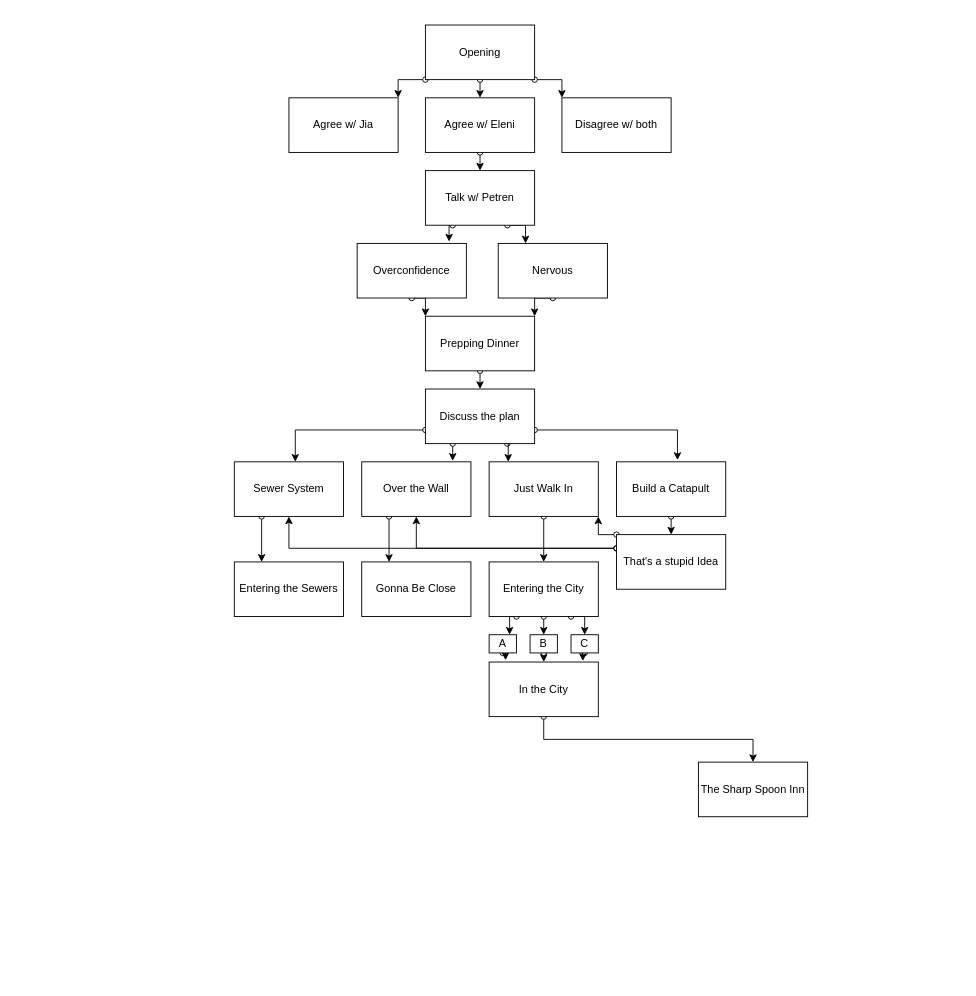
Before: books/AEK/story_diagram/diagram.drawio in JoelNiemela/AEK, a draw.io diagram. Source tidied: cells renumbered, new cells numbered last; positions are measured from the earlier drawing's top-left corner, leaving out a move shared by most shapes. Both pictures are drawn from the tidied source at 91%, with x=0, y=0 at pixel (234, 25).
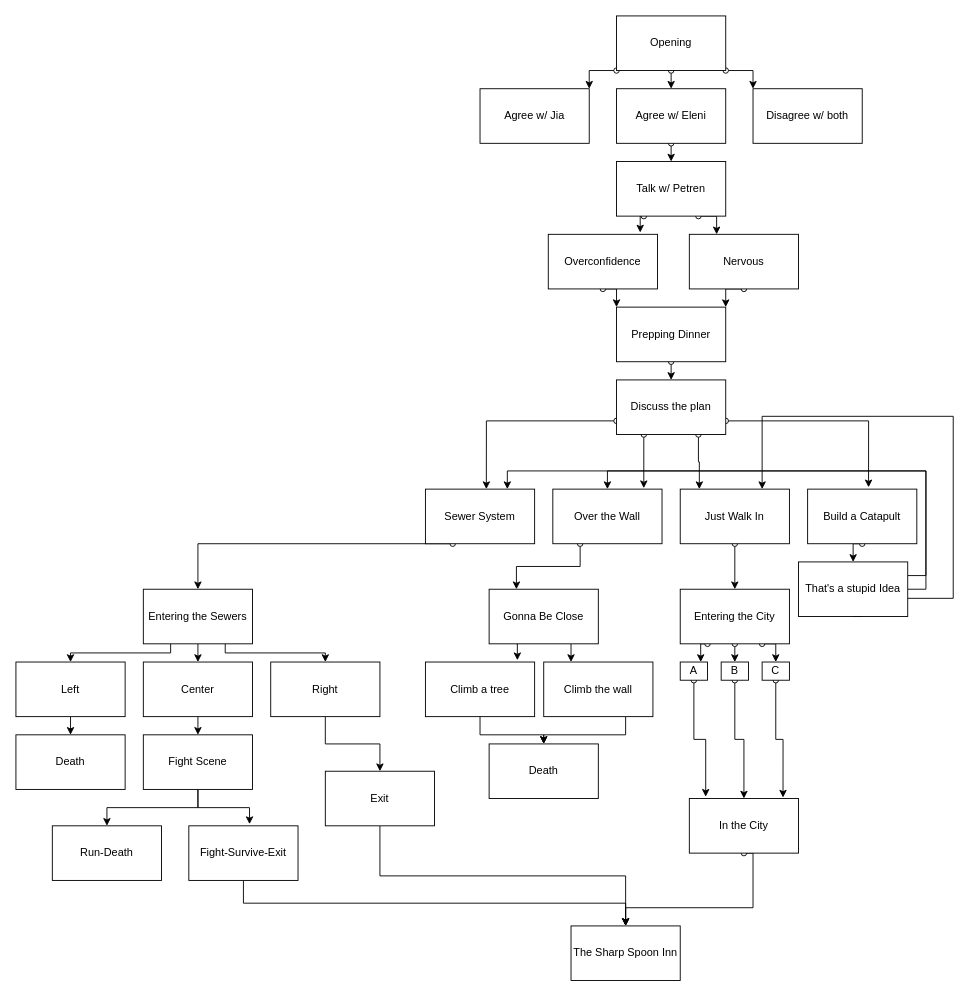
Above is the later version.

The edit, as a diff of the source:
```diff
@@
     <mxCell id="5" value="Opening" style="rounded=0;whiteSpace=wrap;html=1;" parent="1" vertex="1">
-      <mxGeometry x="210" width="120" height="60" as="geometry" />
+      <mxGeometry x="420" y="-10" width="120" height="60" as="geometry" />
     </mxCell>
     <mxCell id="6" value="Disagree w/ both" style="rounded=0;whiteSpace=wrap;html=1;" parent="1" vertex="1">
-      <mxGeometry x="360" y="80" width="120" height="60" as="geometry" />
+      <mxGeometry x="570" y="70" width="120" height="60" as="geometry" />
     </mxCell>
@@
     <mxCell id="8" value="Agree w/ Eleni" style="rounded=0;whiteSpace=wrap;html=1;" parent="1" vertex="1">
-      <mxGeometry x="210" y="80" width="120" height="60" as="geometry" />
+      <mxGeometry x="420" y="70" width="120" height="60" as="geometry" />
     </mxCell>
     <mxCell id="9" value="Agree w/ Jia" style="rounded=0;whiteSpace=wrap;html=1;" parent="1" vertex="1">
-      <mxGeometry x="60" y="80" width="120" height="60" as="geometry" />
+      <mxGeometry x="270" y="70" width="120" height="60" as="geometry" />
     </mxCell>
@@
     <mxCell id="12" value="Talk w/ Petren" style="rounded=0;whiteSpace=wrap;html=1;" parent="1" vertex="1">
-      <mxGeometry x="210" y="160" width="120" height="60" as="geometry" />
+      <mxGeometry x="420" y="150" width="120" height="60" as="geometry" />
     </mxCell>
@@
     <mxCell id="14" value="Overconfidence" style="rounded=0;whiteSpace=wrap;html=1;" parent="1" vertex="1">
-      <mxGeometry x="135" y="240" width="120" height="60" as="geometry" />
+      <mxGeometry x="345" y="230" width="120" height="60" as="geometry" />
     </mxCell>
@@
     <mxCell id="16" value="Nervous" style="rounded=0;whiteSpace=wrap;html=1;" parent="1" vertex="1">
-      <mxGeometry x="290" y="240" width="120" height="60" as="geometry" />
+      <mxGeometry x="500" y="230" width="120" height="60" as="geometry" />
     </mxCell>
@@
     <mxCell id="18" value="Prepping Dinner" style="rounded=0;whiteSpace=wrap;html=1;" parent="1" vertex="1">
-      <mxGeometry x="210" y="320" width="120" height="60" as="geometry" />
+      <mxGeometry x="420" y="310" width="120" height="60" as="geometry" />
     </mxCell>
@@
     <mxCell id="23" value="Discuss the plan" style="rounded=0;whiteSpace=wrap;html=1;" parent="1" vertex="1">
-      <mxGeometry x="210" y="400" width="120" height="60" as="geometry" />
+      <mxGeometry x="420" y="390" width="120" height="60" as="geometry" />
     </mxCell>
-    <mxCell id="24" style="edgeStyle=orthogonalEdgeStyle;rounded=0;jettySize=auto;html=1;exitX=0.25;exitY=1;exitDx=0;exitDy=0;entryX=0.25;entryY=0;entryDx=0;entryDy=0;startArrow=oval;startFill=0;" parent="1" edge="1" source="25" target="41">
-      <mxGeometry relative="1" as="geometry" />
+    <mxCell id="24" style="edgeStyle=orthogonalEdgeStyle;rounded=0;jettySize=auto;html=1;exitX=0.25;exitY=1;exitDx=0;exitDy=0;entryX=0.5;entryY=0;entryDx=0;entryDy=0;startArrow=oval;startFill=0;" parent="1" edge="1" source="25" target="41">
+      <mxGeometry relative="1" as="geometry">
+        <Array as="points">
+          <mxPoint x="-40" y="570" />
+        </Array>
+      </mxGeometry>
     </mxCell>
     <mxCell id="25" value="Sewer System" style="rounded=0;whiteSpace=wrap;html=1;" parent="1" vertex="1">
-      <mxGeometry y="480" width="120" height="60" as="geometry" />
+      <mxGeometry x="210" y="510" width="120" height="60" as="geometry" />
     </mxCell>
@@
     <mxCell id="27" value="Over the Wall" style="rounded=0;whiteSpace=wrap;html=1;" parent="1" vertex="1">
-      <mxGeometry x="140" y="480" width="120" height="60" as="geometry" />
+      <mxGeometry x="350" y="510" width="120" height="60" as="geometry" />
     </mxCell>
@@
     <mxCell id="29" value="Just Walk In" style="rounded=0;whiteSpace=wrap;html=1;" parent="1" vertex="1">
-      <mxGeometry x="280" y="480" width="120" height="60" as="geometry" />
+      <mxGeometry x="490" y="510" width="120" height="60" as="geometry" />
     </mxCell>
-    <mxCell id="30" style="edgeStyle=orthogonalEdgeStyle;rounded=0;jettySize=auto;html=1;exitX=0.5;exitY=1;exitDx=0;exitDy=0;entryX=0.5;entryY=0;entryDx=0;entryDy=0;startArrow=oval;startFill=0;" parent="1" edge="1" source="31" target="35">
-      <mxGeometry relative="1" as="geometry" />
+    <mxCell id="30" style="edgeStyle=orthogonalEdgeStyle;rounded=0;jettySize=auto;html=1;exitX=0.5;exitY=1;exitDx=0;exitDy=0;entryX=0.5;entryY=0;entryDx=0;entryDy=0;startArrow=oval;startFill=0;" parent="1" edge="1" target="35">
+      <mxGeometry relative="1" as="geometry">
+        <mxPoint x="690" y="570" as="sourcePoint" />
+      </mxGeometry>
     </mxCell>
     <mxCell id="31" value="Build a Catapult" style="rounded=0;whiteSpace=wrap;html=1;" parent="1" vertex="1">
-      <mxGeometry x="420" y="480" width="120" height="60" as="geometry" />
+      <mxGeometry x="630" y="510" width="120" height="60" as="geometry" />
     </mxCell>
-    <mxCell id="32" style="edgeStyle=orthogonalEdgeStyle;rounded=0;jettySize=auto;html=1;exitX=0;exitY=0;exitDx=0;exitDy=0;entryX=1;entryY=1;entryDx=0;entryDy=0;startArrow=oval;startFill=0;" parent="1" edge="1" source="35" target="29">
-      <mxGeometry relative="1" as="geometry" />
+    <mxCell id="32" style="edgeStyle=orthogonalEdgeStyle;rounded=0;jettySize=auto;html=1;exitX=0.5;exitY=1;exitDx=0;exitDy=0;entryX=0.75;entryY=0;entryDx=0;entryDy=0;" parent="1" edge="1" source="35" target="29">
+      <mxGeometry relative="1" as="geometry">
+        <Array as="points">
+          <mxPoint x="690" y="630" />
+          <mxPoint x="790" y="630" />
+          <mxPoint x="790" y="430" />
+          <mxPoint x="580" y="430" />
+        </Array>
+      </mxGeometry>
     </mxCell>
-    <mxCell id="33" style="edgeStyle=orthogonalEdgeStyle;rounded=0;jettySize=auto;html=1;exitX=0;exitY=0.25;exitDx=0;exitDy=0;entryX=0.5;entryY=1;entryDx=0;entryDy=0;startArrow=oval;startFill=0;" parent="1" edge="1" source="35" target="27">
+    <mxCell id="33" style="edgeStyle=orthogonalEdgeStyle;rounded=0;jettySize=auto;html=1;exitX=1;exitY=0.5;exitDx=0;exitDy=0;entryX=0.5;entryY=0;entryDx=0;entryDy=0;" parent="1" edge="1" source="35" target="27">
       <mxGeometry relative="1" as="geometry" />
     </mxCell>
-    <mxCell id="34" style="edgeStyle=orthogonalEdgeStyle;rounded=0;jettySize=auto;html=1;exitX=0;exitY=0.25;exitDx=0;exitDy=0;entryX=0.5;entryY=1;entryDx=0;entryDy=0;startArrow=oval;startFill=0;" parent="1" edge="1" source="35" target="25">
+    <mxCell id="34" style="edgeStyle=orthogonalEdgeStyle;rounded=0;jettySize=auto;html=1;exitX=1;exitY=0.25;exitDx=0;exitDy=0;entryX=0.75;entryY=0;entryDx=0;entryDy=0;" parent="1" edge="1" source="35" target="25">
       <mxGeometry relative="1" as="geometry" />
     </mxCell>
     <mxCell id="35" value="That's a stupid Idea" style="rounded=0;whiteSpace=wrap;html=1;" parent="1" vertex="1">
-      <mxGeometry x="420" y="560" width="120" height="60" as="geometry" />
+      <mxGeometry x="620" y="590" width="120" height="60" as="geometry" />
     </mxCell>
@@
     <mxCell id="39" value="Entering the City" style="rounded=0;whiteSpace=wrap;html=1;" parent="1" vertex="1">
-      <mxGeometry x="280" y="590" width="120" height="60" as="geometry" />
+      <mxGeometry x="490" y="620" width="120" height="60" as="geometry" />
     </mxCell>
+    <mxCell id="51" style="edgeStyle=orthogonalEdgeStyle;rounded=0;jettySize=auto;html=1;exitX=0.25;exitY=1;exitDx=0;exitDy=0;entryX=0.842;entryY=-0.033;entryDx=0;entryDy=0;entryPerimeter=0;" parent="1" edge="1" source="40" target="57">
+      <mxGeometry relative="1" as="geometry" />
+    </mxCell>
+    <mxCell id="52" style="edgeStyle=orthogonalEdgeStyle;rounded=0;jettySize=auto;html=1;exitX=0.75;exitY=1;exitDx=0;exitDy=0;entryX=0.25;entryY=0;entryDx=0;entryDy=0;" parent="1" edge="1" source="40" target="59">
+      <mxGeometry relative="1" as="geometry" />
+    </mxCell>
     <mxCell id="40" value="Gonna Be Close" style="rounded=0;whiteSpace=wrap;html=1;" parent="1" vertex="1">
-      <mxGeometry x="140" y="590" width="120" height="60" as="geometry" />
+      <mxGeometry x="280" y="620" width="120" height="60" as="geometry" />
     </mxCell>
+    <mxCell id="53" style="edgeStyle=orthogonalEdgeStyle;rounded=0;jettySize=auto;html=1;exitX=0.25;exitY=1;exitDx=0;exitDy=0;entryX=0.5;entryY=0;entryDx=0;entryDy=0;" parent="1" edge="1" source="41" target="61">
+      <mxGeometry relative="1" as="geometry">
+        <Array as="points">
+          <mxPoint x="-70" y="690" />
+          <mxPoint x="-180" y="690" />
+        </Array>
+      </mxGeometry>
+    </mxCell>
+    <mxCell id="54" style="edgeStyle=orthogonalEdgeStyle;rounded=0;jettySize=auto;html=1;exitX=0.5;exitY=1;exitDx=0;exitDy=0;entryX=0.5;entryY=0;entryDx=0;entryDy=0;" parent="1" edge="1" source="41" target="63">
+      <mxGeometry relative="1" as="geometry" />
+    </mxCell>
+    <mxCell id="55" style="edgeStyle=orthogonalEdgeStyle;rounded=0;jettySize=auto;html=1;exitX=0.75;exitY=1;exitDx=0;exitDy=0;entryX=0.5;entryY=0;entryDx=0;entryDy=0;" parent="1" edge="1" source="41" target="65">
+      <mxGeometry relative="1" as="geometry">
+        <Array as="points">
+          <mxPoint x="-10" y="690" />
+          <mxPoint x="100" y="690" />
+        </Array>
+      </mxGeometry>
+    </mxCell>
     <mxCell id="41" value="Entering the Sewers" style="rounded=0;whiteSpace=wrap;html=1;" parent="1" vertex="1">
-      <mxGeometry y="590" width="120" height="60" as="geometry" />
+      <mxGeometry x="-100" y="620" width="120" height="60" as="geometry" />
     </mxCell>
     <mxCell id="42" style="edgeStyle=orthogonalEdgeStyle;rounded=0;jettySize=auto;html=1;exitX=0.5;exitY=1;exitDx=0;exitDy=0;entryX=0.5;entryY=0;entryDx=0;entryDy=0;startArrow=oval;startFill=0;" parent="1" edge="1" source="43" target="44">
-      <mxGeometry relative="1" as="geometry" />
+      <mxGeometry relative="1" as="geometry">
+        <Array as="points">
+          <mxPoint x="570" y="970" />
+          <mxPoint x="430" y="970" />
+        </Array>
+      </mxGeometry>
     </mxCell>
     <mxCell id="43" value="In the City" style="rounded=0;whiteSpace=wrap;html=1;" parent="1" vertex="1">
-      <mxGeometry x="280" y="700" width="120" height="60" as="geometry" />
+      <mxGeometry x="500" y="850" width="120" height="60" as="geometry" />
     </mxCell>
     <mxCell id="44" value="The Sharp Spoon Inn" style="rounded=0;whiteSpace=wrap;html=1;" parent="1" vertex="1">
-      <mxGeometry x="510" y="810" width="120" height="60" as="geometry" />
+      <mxGeometry x="370" y="990" width="120" height="60" as="geometry" />
     </mxCell>
@@
     <mxCell id="46" value="A" style="rounded=0;whiteSpace=wrap;html=1;" parent="1" vertex="1">
-      <mxGeometry x="280" y="670" width="30" height="20" as="geometry" />
+      <mxGeometry x="490" y="700" width="30" height="20" as="geometry" />
     </mxCell>
@@
     <mxCell id="48" value="B" style="rounded=0;whiteSpace=wrap;html=1;" parent="1" vertex="1">
-      <mxGeometry x="325" y="670" width="30" height="20" as="geometry" />
+      <mxGeometry x="535" y="700" width="30" height="20" as="geometry" />
     </mxCell>
@@
     <mxCell id="50" value="C" style="rounded=0;whiteSpace=wrap;html=1;" parent="1" vertex="1">
-      <mxGeometry x="370" y="670" width="30" height="20" as="geometry" />
+      <mxGeometry x="580" y="700" width="30" height="20" as="geometry" />
     </mxCell>
+    <mxCell id="56" style="edgeStyle=orthogonalEdgeStyle;rounded=0;jettySize=auto;html=1;exitX=0.5;exitY=1;exitDx=0;exitDy=0;entryX=0.5;entryY=0;entryDx=0;entryDy=0;" parent="1" edge="1" source="57" target="66">
+      <mxGeometry relative="1" as="geometry" />
+    </mxCell>
+    <mxCell id="57" value="Climb a tree" style="rounded=0;whiteSpace=wrap;html=1;" parent="1" vertex="1">
+      <mxGeometry x="210" y="700" width="120" height="60" as="geometry" />
+    </mxCell>
+    <mxCell id="58" style="edgeStyle=orthogonalEdgeStyle;rounded=0;jettySize=auto;html=1;exitX=0.75;exitY=1;exitDx=0;exitDy=0;entryX=0.5;entryY=0;entryDx=0;entryDy=0;" parent="1" edge="1" source="59" target="66">
+      <mxGeometry relative="1" as="geometry" />
+    </mxCell>
+    <mxCell id="59" value="Climb the wall" style="rounded=0;whiteSpace=wrap;html=1;" parent="1" vertex="1">
+      <mxGeometry x="340" y="700" width="120" height="60" as="geometry" />
+    </mxCell>
+    <mxCell id="60" style="edgeStyle=orthogonalEdgeStyle;rounded=0;jettySize=auto;html=1;exitX=0.5;exitY=1;exitDx=0;exitDy=0;entryX=0.5;entryY=0;entryDx=0;entryDy=0;" parent="1" edge="1" source="61" target="67">
+      <mxGeometry relative="1" as="geometry" />
+    </mxCell>
+    <mxCell id="61" value="Left" style="rounded=0;whiteSpace=wrap;html=1;" parent="1" vertex="1">
+      <mxGeometry x="-240" y="700" width="120" height="60" as="geometry" />
+    </mxCell>
+    <mxCell id="62" style="edgeStyle=orthogonalEdgeStyle;rounded=0;jettySize=auto;html=1;exitX=0.5;exitY=1;exitDx=0;exitDy=0;entryX=0.5;entryY=0;entryDx=0;entryDy=0;" parent="1" edge="1" source="63" target="70">
+      <mxGeometry relative="1" as="geometry" />
+    </mxCell>
+    <mxCell id="63" value="Center" style="rounded=0;whiteSpace=wrap;html=1;" parent="1" vertex="1">
+      <mxGeometry x="-100" y="700" width="120" height="60" as="geometry" />
+    </mxCell>
+    <mxCell id="64" style="edgeStyle=orthogonalEdgeStyle;rounded=0;jettySize=auto;html=1;exitX=0.5;exitY=1;exitDx=0;exitDy=0;entryX=0.5;entryY=0;entryDx=0;entryDy=0;" parent="1" edge="1" source="65" target="72">
+      <mxGeometry relative="1" as="geometry" />
+    </mxCell>
+    <mxCell id="65" value="Right" style="rounded=0;whiteSpace=wrap;html=1;" parent="1" vertex="1">
+      <mxGeometry x="40" y="700" width="120" height="60" as="geometry" />
+    </mxCell>
+    <mxCell id="66" value="Death" style="rounded=0;whiteSpace=wrap;html=1;" parent="1" vertex="1">
+      <mxGeometry x="280" y="790" width="120" height="60" as="geometry" />
+    </mxCell>
+    <mxCell id="67" value="Death" style="rounded=0;whiteSpace=wrap;html=1;" parent="1" vertex="1">
+      <mxGeometry x="-240" y="780" width="120" height="60" as="geometry" />
+    </mxCell>
+    <mxCell id="68" style="edgeStyle=orthogonalEdgeStyle;rounded=0;jettySize=auto;html=1;exitX=0.5;exitY=1;exitDx=0;exitDy=0;entryX=0.5;entryY=0;entryDx=0;entryDy=0;" parent="1" edge="1" source="70" target="73">
+      <mxGeometry relative="1" as="geometry" />
+    </mxCell>
+    <mxCell id="69" style="edgeStyle=orthogonalEdgeStyle;rounded=0;jettySize=auto;html=1;exitX=0.5;exitY=1;exitDx=0;exitDy=0;entryX=0.556;entryY=-0.031;entryDx=0;entryDy=0;entryPerimeter=0;" parent="1" edge="1" source="70" target="75">
+      <mxGeometry relative="1" as="geometry" />
+    </mxCell>
+    <mxCell id="70" value="Fight Scene" style="rounded=0;whiteSpace=wrap;html=1;" parent="1" vertex="1">
+      <mxGeometry x="-100" y="780" width="120" height="60" as="geometry" />
+    </mxCell>
+    <mxCell id="71" style="edgeStyle=orthogonalEdgeStyle;rounded=0;jettySize=auto;html=1;exitX=0.5;exitY=1;exitDx=0;exitDy=0;entryX=0.5;entryY=0;entryDx=0;entryDy=0;" parent="1" edge="1" source="72" target="44">
+      <mxGeometry relative="1" as="geometry" />
+    </mxCell>
+    <mxCell id="72" value="Exit" style="rounded=0;whiteSpace=wrap;html=1;" parent="1" vertex="1">
+      <mxGeometry x="100" y="820" width="120" height="60" as="geometry" />
+    </mxCell>
+    <mxCell id="73" value="Run-Death" style="rounded=0;whiteSpace=wrap;html=1;" parent="1" vertex="1">
+      <mxGeometry x="-200" y="880" width="120" height="60" as="geometry" />
+    </mxCell>
+    <mxCell id="74" style="edgeStyle=orthogonalEdgeStyle;rounded=0;jettySize=auto;html=1;exitX=0.5;exitY=1;exitDx=0;exitDy=0;entryX=0.5;entryY=0;entryDx=0;entryDy=0;" parent="1" edge="1" source="75" target="44">
+      <mxGeometry relative="1" as="geometry" />
+    </mxCell>
+    <mxCell id="75" value="Fight-Survive-Exit" style="rounded=0;whiteSpace=wrap;html=1;" parent="1" vertex="1">
+      <mxGeometry x="-50" y="880" width="120" height="60" as="geometry" />
+    </mxCell>
```
